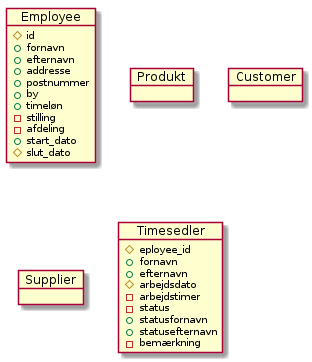
GRP25/db keeps this PlantUML diagram as tabeller.png. Above is the earlier version.
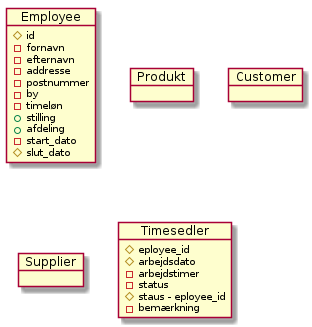
Later version of the same file.

The edit, as a diff of the source:
```diff
@@ -1,15 +1,15 @@
 @startuml
 object Employee {
     # id
-    + fornavn
-    + efternavn
-    + addresse
-    + postnummer
-    + by
-    + timeløn
-    - stilling
-    - afdeling
-    + start_dato
+    - fornavn
+    - efternavn
+    - addresse
+    - postnummer
+    - by
+    - timeløn
+    + stilling
+    + afdeling
+    - start_dato
     # slut_dato
 }
 object Produkt
@@ -17,13 +17,10 @@
 object Supplier
 object Timesedler {
     # eployee_id
-    + fornavn
-    + efternavn
     # arbejdsdato
     - arbejdstimer
     - status
-    + statusfornavn
-    + statusefternavn
+    # staus - eployee_id
     - bemærkning
 }
 @enduml
```
